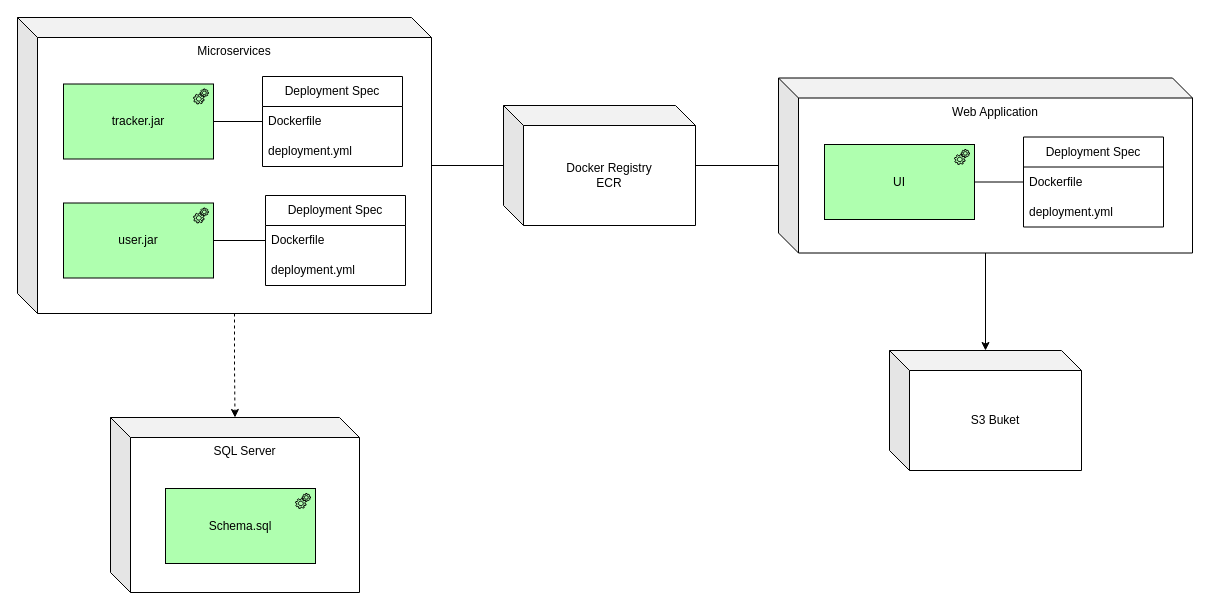
codegik/architecture keeps this draw.io diagram as page "deployment.app" (2 of 8) of poc-tracker/01.overall.architecture.drawio. Above is the earlier version. Source tidied: cells renumbered, new cells numbered last; positions are measured from the earlier drawing's top-left corner, leaving out a move shared by most shapes. Both pictures are drawn from the tidied source at 100%, with x=0, y=0 at pixel (17, 17).
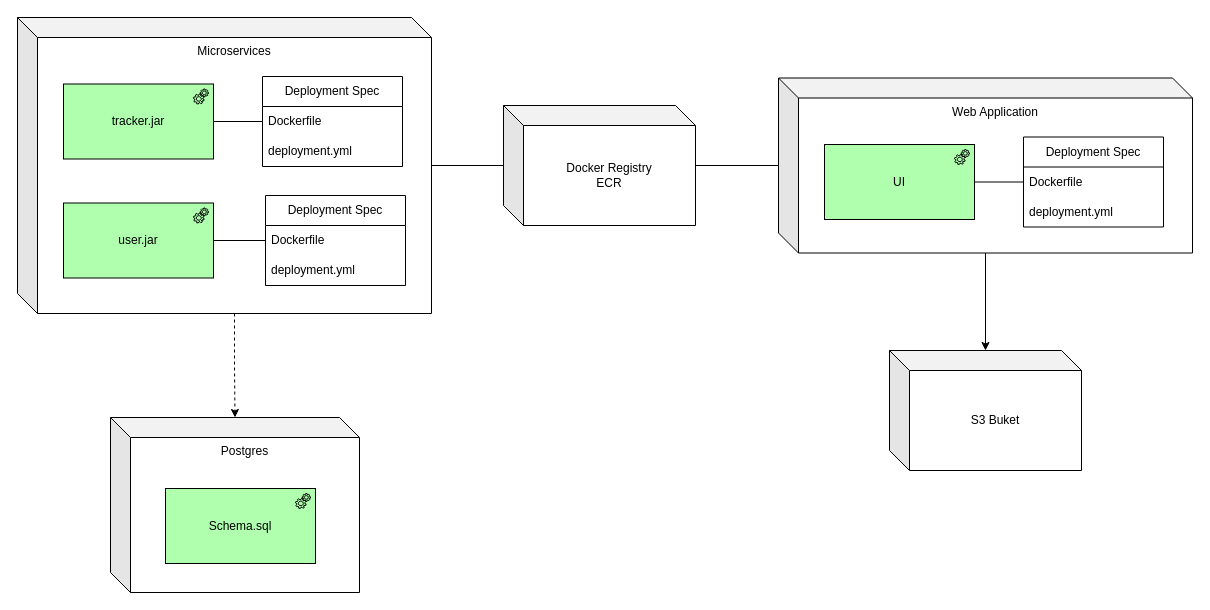
The same page after the edit.

What changed in the source:
```diff
@@
-    <mxCell id="19" value="SQL Server" style="shape=cube;whiteSpace=wrap;html=1;boundedLbl=1;backgroundOutline=1;darkOpacity=0.05;darkOpacity2=0.1;verticalAlign=top;" parent="1" vertex="1">
+    <mxCell id="19" value="Postgres" style="shape=cube;whiteSpace=wrap;html=1;boundedLbl=1;backgroundOutline=1;darkOpacity=0.05;darkOpacity2=0.1;verticalAlign=top;" parent="1" vertex="1">
       <mxGeometry x="93" y="400" width="249" height="175" as="geometry" />
     </mxCell>
```
